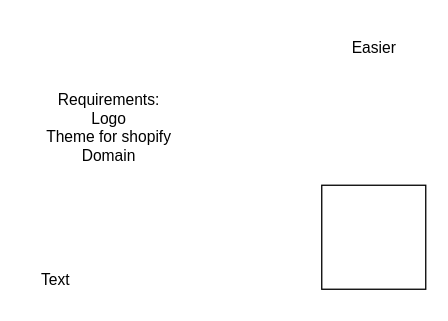
This is Untitled Diagram.drawio from kashishmakkar99/basic-rep, a draw.io file, before an edit. Source tidied: cells renumbered, new cells numbered last; positions are measured from the earlier drawing's top-left corner, leaving out a move shared by most shapes. Both pictures are drawn from the tidied source at 130%, with x=0, y=0 at pixel (22, 29).
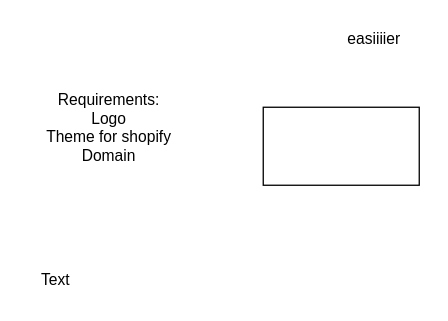
After the change.

The edit, as a diff of the source:
```diff
@@
 <mxGraphModel>
   <root>
     <mxCell id="0" />
     <mxCell id="1" parent="0" />
-    <mxCell id="2" value="Easier" style="text;html=1;align=center;verticalAlign=middle;strokeColor=none;fillColor=none;" parent="1" vertex="1">
-      <mxGeometry x="240" width="60" height="30" as="geometry" />
+    <mxCell id="2" value="easiiiier&lt;div&gt;&lt;br&gt;&lt;/div&gt;" style="text;html=1;align=center;verticalAlign=middle;strokeColor=none;fillColor=none;" parent="1" vertex="1">
+      <mxGeometry x="240" y="-5" width="60" height="40" as="geometry" />
     </mxCell>
     <mxCell id="3" value="Requirements:&lt;div&gt;Logo&lt;/div&gt;&lt;div&gt;Theme for shopify&lt;/div&gt;&lt;div&gt;Domain&lt;/div&gt;&lt;div&gt;&lt;br&gt;&lt;/div&gt;" style="text;html=1;align=center;verticalAlign=middle;strokeColor=none;fillColor=none;" parent="1" vertex="1">
       <mxGeometry x="6" y="38" width="120" height="90" as="geometry" />
     </mxCell>
     <mxCell id="4" value="Text" style="text;html=1;align=center;verticalAlign=middle;strokeColor=none;fillColor=none;" parent="1" vertex="1">
       <mxGeometry y="178" width="50" height="30" as="geometry" />
     </mxCell>
-    <mxCell id="5" style="whiteSpace=wrap;html=1;" parent="1" vertex="1">
-      <mxGeometry x="230" y="120" width="80" height="80" as="geometry" />
-    </mxCell>
+    <mxCell id="6" style="whiteSpace=wrap;html=1;" parent="1" vertex="1">
+      <mxGeometry x="185" y="60" width="120" height="60" as="geometry" />
+    </mxCell>
   </root>
 </mxGraphModel>
```
